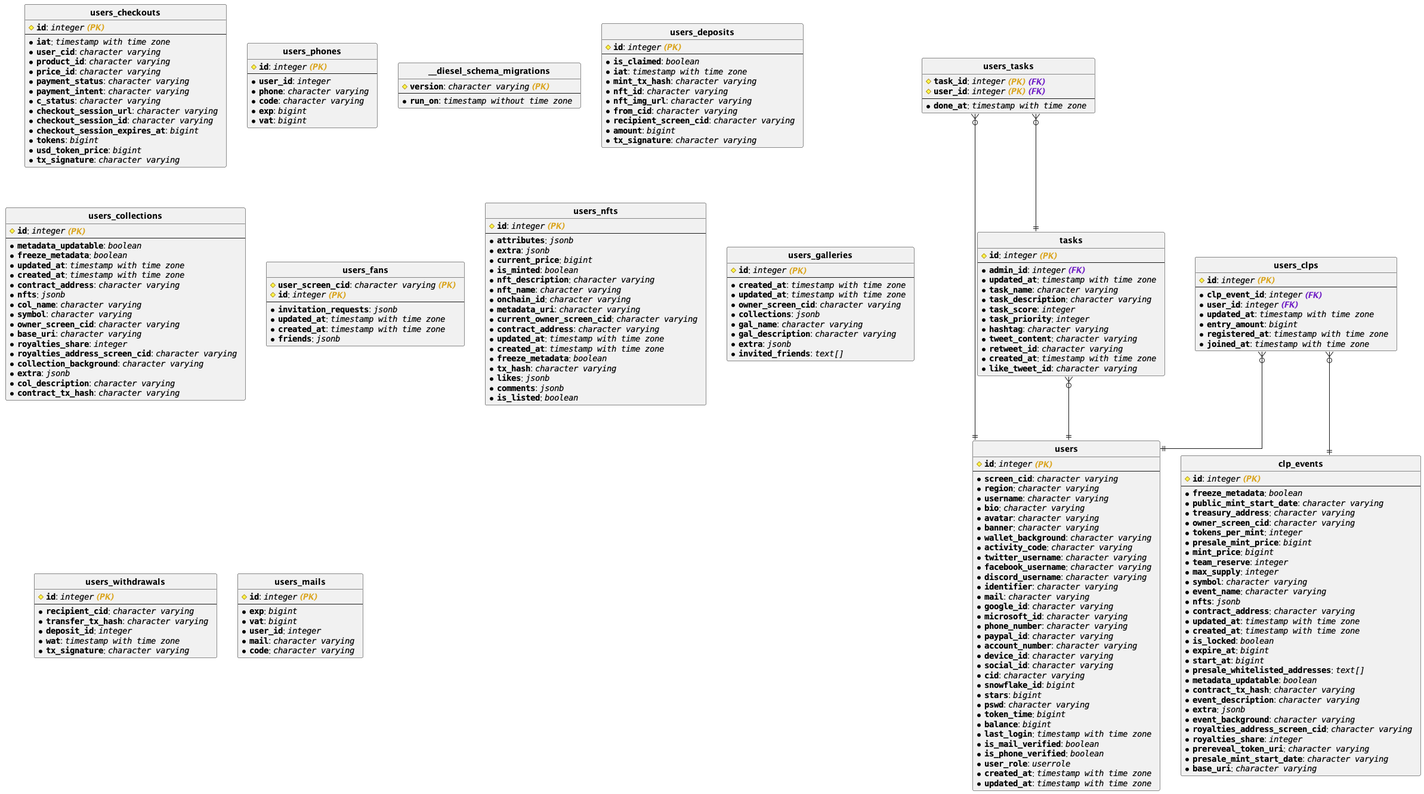
wildonion/gem keeps this PlantUML diagram as infra/panel.png. Above is the earlier version.
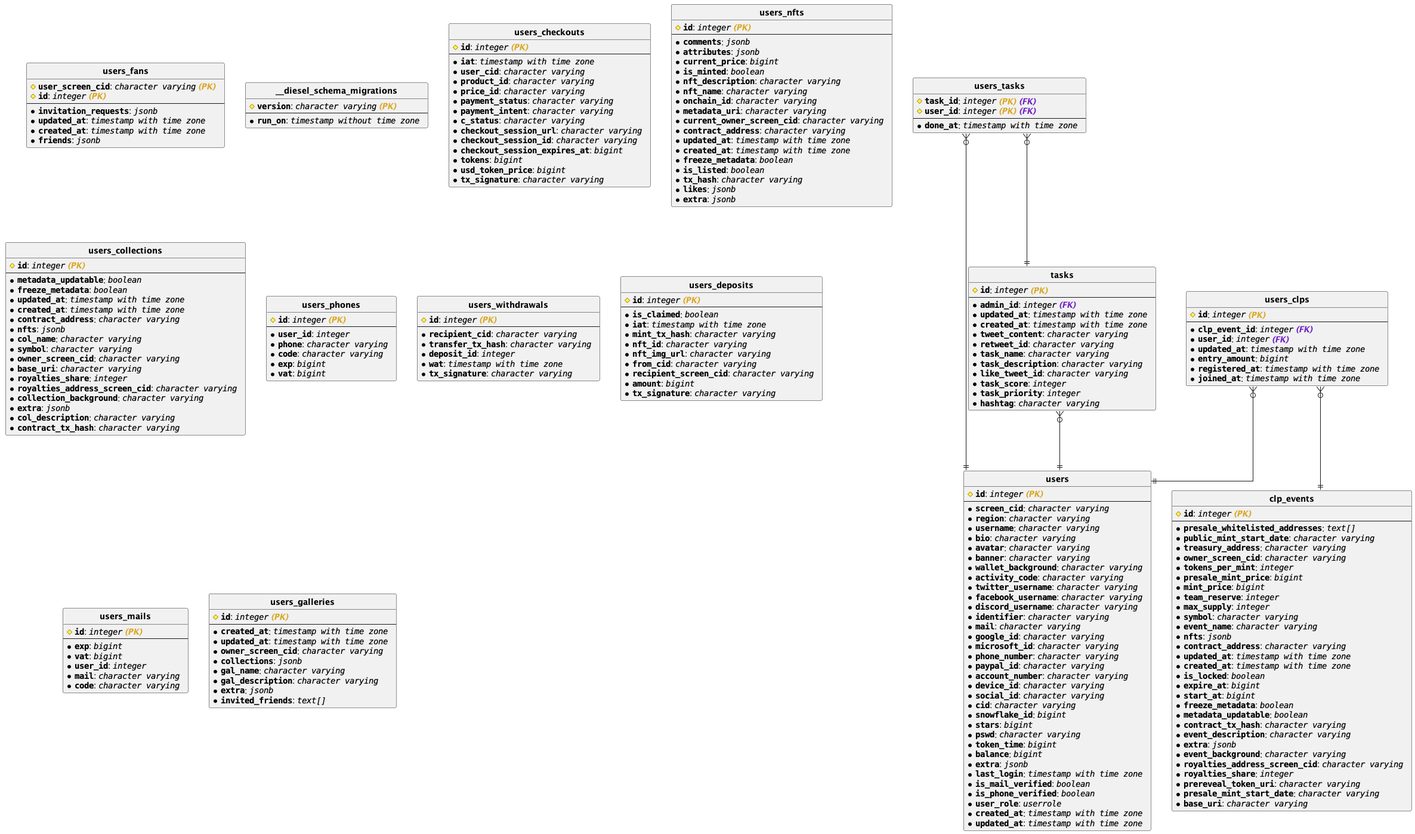
After the change.

Change to the diagram source:
```diff
@@ -2,6 +2,22 @@
 
 hide circle
 skinparam linetype ortho
+
+entity "**users_fans**" {
+# <b>""user_screen_cid""</b>: //""character varying"" <b><color:goldenrod>(PK) </color></b> //
+# <b>""id""</b>: //""integer"" <b><color:goldenrod>(PK) </color></b> //
+---
+* <b>""invitation_requests""</b>: //""jsonb""  //
+* <b>""updated_at""</b>: //""timestamp with time zone""  //
+* <b>""created_at""</b>: //""timestamp with time zone""  //
+* <b>""friends""</b>: //""jsonb""  //
+}
+
+entity "**__diesel_schema_migrations**" {
+# <b>""version""</b>: //""character varying"" <b><color:goldenrod>(PK) </color></b> //
+---
+* <b>""run_on""</b>: //""timestamp without time zone""  //
+}
 
 entity "**users_checkouts**" {
 # <b>""id""</b>: //""integer"" <b><color:goldenrod>(PK) </color></b> //
@@ -19,16 +35,6 @@
 * <b>""tokens""</b>: //""bigint""  //
 * <b>""usd_token_price""</b>: //""bigint""  //
 * <b>""tx_signature""</b>: //""character varying""  //
-}
-
-entity "**users_phones**" {
-# <b>""id""</b>: //""integer"" <b><color:goldenrod>(PK) </color></b> //
----
-* <b>""user_id""</b>: //""integer""  //
-* <b>""phone""</b>: //""character varying""  //
-* <b>""code""</b>: //""character varying""  //
-* <b>""exp""</b>: //""bigint""  //
-* <b>""vat""</b>: //""bigint""  //
 }
 
 entity "**users**" {
@@ -60,6 +66,7 @@
 * <b>""pswd""</b>: //""character varying""  //
 * <b>""token_time""</b>: //""bigint""  //
 * <b>""balance""</b>: //""bigint""  //
+* <b>""extra""</b>: //""jsonb""  //
 * <b>""last_login""</b>: //""timestamp with time zone""  //
 * <b>""is_mail_verified""</b>: //""boolean""  //
 * <b>""is_phone_verified""</b>: //""boolean""  //
@@ -68,35 +75,49 @@
 * <b>""updated_at""</b>: //""timestamp with time zone""  //
 }
 
-entity "**__diesel_schema_migrations**" {
-# <b>""version""</b>: //""character varying"" <b><color:goldenrod>(PK) </color></b> //
+entity "**tasks**" {
+# <b>""id""</b>: //""integer"" <b><color:goldenrod>(PK) </color></b> //
 ---
-* <b>""run_on""</b>: //""timestamp without time zone""  //
+* <b>""admin_id""</b>: //""integer"" <b><color:701fc6>(FK) </color></b> //
+* <b>""updated_at""</b>: //""timestamp with time zone""  //
+* <b>""created_at""</b>: //""timestamp with time zone""  //
+* <b>""tweet_content""</b>: //""character varying""  //
+* <b>""retweet_id""</b>: //""character varying""  //
+* <b>""task_name""</b>: //""character varying""  //
+* <b>""task_description""</b>: //""character varying""  //
+* <b>""like_tweet_id""</b>: //""character varying""  //
+* <b>""task_score""</b>: //""integer""  //
+* <b>""task_priority""</b>: //""integer""  //
+* <b>""hashtag""</b>: //""character varying""  //
 }
 
-entity "**users_deposits**" {
+entity "**users_nfts**" {
 # <b>""id""</b>: //""integer"" <b><color:goldenrod>(PK) </color></b> //
 ---
-* <b>""is_claimed""</b>: //""boolean""  //
-* <b>""iat""</b>: //""timestamp with time zone""  //
-* <b>""mint_tx_hash""</b>: //""character varying""  //
-* <b>""nft_id""</b>: //""character varying""  //
-* <b>""nft_img_url""</b>: //""character varying""  //
-* <b>""from_cid""</b>: //""character varying""  //
-* <b>""recipient_screen_cid""</b>: //""character varying""  //
-* <b>""amount""</b>: //""bigint""  //
-* <b>""tx_signature""</b>: //""character varying""  //
+* <b>""comments""</b>: //""jsonb""  //
+* <b>""attributes""</b>: //""jsonb""  //
+* <b>""current_price""</b>: //""bigint""  //
+* <b>""is_minted""</b>: //""boolean""  //
+* <b>""nft_description""</b>: //""character varying""  //
+* <b>""nft_name""</b>: //""character varying""  //
+* <b>""onchain_id""</b>: //""character varying""  //
+* <b>""metadata_uri""</b>: //""character varying""  //
+* <b>""current_owner_screen_cid""</b>: //""character varying""  //
+* <b>""contract_address""</b>: //""character varying""  //
+* <b>""updated_at""</b>: //""timestamp with time zone""  //
+* <b>""created_at""</b>: //""timestamp with time zone""  //
+* <b>""freeze_metadata""</b>: //""boolean""  //
+* <b>""is_listed""</b>: //""boolean""  //
+* <b>""tx_hash""</b>: //""character varying""  //
+* <b>""likes""</b>: //""jsonb""  //
+* <b>""extra""</b>: //""jsonb""  //
 }
 
-entity "**users_clps**" {
-# <b>""id""</b>: //""integer"" <b><color:goldenrod>(PK) </color></b> //
+entity "**users_tasks**" {
+# <b>""task_id""</b>: //""integer"" <b><color:goldenrod>(PK) </color></b><b><color:701fc6>(FK) </color></b> //
+# <b>""user_id""</b>: //""integer"" <b><color:goldenrod>(PK) </color></b><b><color:701fc6>(FK) </color></b> //
 ---
-* <b>""clp_event_id""</b>: //""integer"" <b><color:701fc6>(FK) </color></b> //
-* <b>""user_id""</b>: //""integer"" <b><color:701fc6>(FK) </color></b> //
-* <b>""updated_at""</b>: //""timestamp with time zone""  //
-* <b>""entry_amount""</b>: //""bigint""  //
-* <b>""registered_at""</b>: //""timestamp with time zone""  //
-* <b>""joined_at""</b>: //""timestamp with time zone""  //
+* <b>""done_at""</b>: //""timestamp with time zone""  //
 }
 
 entity "**users_collections**" {
@@ -120,10 +141,55 @@
 * <b>""contract_tx_hash""</b>: //""character varying""  //
 }
 
+entity "**users_phones**" {
+# <b>""id""</b>: //""integer"" <b><color:goldenrod>(PK) </color></b> //
+---
+* <b>""user_id""</b>: //""integer""  //
+* <b>""phone""</b>: //""character varying""  //
+* <b>""code""</b>: //""character varying""  //
+* <b>""exp""</b>: //""bigint""  //
+* <b>""vat""</b>: //""bigint""  //
+}
+
+entity "**users_clps**" {
+# <b>""id""</b>: //""integer"" <b><color:goldenrod>(PK) </color></b> //
+---
+* <b>""clp_event_id""</b>: //""integer"" <b><color:701fc6>(FK) </color></b> //
+* <b>""user_id""</b>: //""integer"" <b><color:701fc6>(FK) </color></b> //
+* <b>""updated_at""</b>: //""timestamp with time zone""  //
+* <b>""entry_amount""</b>: //""bigint""  //
+* <b>""registered_at""</b>: //""timestamp with time zone""  //
+* <b>""joined_at""</b>: //""timestamp with time zone""  //
+}
+
+entity "**users_withdrawals**" {
+# <b>""id""</b>: //""integer"" <b><color:goldenrod>(PK) </color></b> //
+---
+* <b>""recipient_cid""</b>: //""character varying""  //
+* <b>""transfer_tx_hash""</b>: //""character varying""  //
+* <b>""deposit_id""</b>: //""integer""  //
+* <b>""wat""</b>: //""timestamp with time zone""  //
+* <b>""tx_signature""</b>: //""character varying""  //
+}
+
+entity "**users_deposits**" {
+# <b>""id""</b>: //""integer"" <b><color:goldenrod>(PK) </color></b> //
+---
+* <b>""is_claimed""</b>: //""boolean""  //
+* <b>""iat""</b>: //""timestamp with time zone""  //
+* <b>""mint_tx_hash""</b>: //""character varying""  //
+* <b>""nft_id""</b>: //""character varying""  //
+* <b>""nft_img_url""</b>: //""character varying""  //
+* <b>""from_cid""</b>: //""character varying""  //
+* <b>""recipient_screen_cid""</b>: //""character varying""  //
+* <b>""amount""</b>: //""bigint""  //
+* <b>""tx_signature""</b>: //""character varying""  //
+}
+
 entity "**clp_events**" {
 # <b>""id""</b>: //""integer"" <b><color:goldenrod>(PK) </color></b> //
 ---
-* <b>""freeze_metadata""</b>: //""boolean""  //
+* <b>""presale_whitelisted_addresses""</b>: //""text[]""  //
 * <b>""public_mint_start_date""</b>: //""character varying""  //
 * <b>""treasury_address""</b>: //""character varying""  //
 * <b>""owner_screen_cid""</b>: //""character varying""  //
@@ -141,7 +207,7 @@
 * <b>""is_locked""</b>: //""boolean""  //
 * <b>""expire_at""</b>: //""bigint""  //
 * <b>""start_at""</b>: //""bigint""  //
-* <b>""presale_whitelisted_addresses""</b>: //""text[]""  //
+* <b>""freeze_metadata""</b>: //""boolean""  //
 * <b>""metadata_updatable""</b>: //""boolean""  //
 * <b>""contract_tx_hash""</b>: //""character varying""  //
 * <b>""event_description""</b>: //""character varying""  //
@@ -154,52 +220,14 @@
 * <b>""base_uri""</b>: //""character varying""  //
 }
 
-entity "**users_fans**" {
-# <b>""user_screen_cid""</b>: //""character varying"" <b><color:goldenrod>(PK) </color></b> //
+entity "**users_mails**" {
 # <b>""id""</b>: //""integer"" <b><color:goldenrod>(PK) </color></b> //
 ---
-* <b>""invitation_requests""</b>: //""jsonb""  //
-* <b>""updated_at""</b>: //""timestamp with time zone""  //
-* <b>""created_at""</b>: //""timestamp with time zone""  //
-* <b>""friends""</b>: //""jsonb""  //
-}
-
-entity "**users_nfts**" {
-# <b>""id""</b>: //""integer"" <b><color:goldenrod>(PK) </color></b> //
----
-* <b>""attributes""</b>: //""jsonb""  //
-* <b>""extra""</b>: //""jsonb""  //
-* <b>""current_price""</b>: //""bigint""  //
-* <b>""is_minted""</b>: //""boolean""  //
-* <b>""nft_description""</b>: //""character varying""  //
-* <b>""nft_name""</b>: //""character varying""  //
-* <b>""onchain_id""</b>: //""character varying""  //
-* <b>""metadata_uri""</b>: //""character varying""  //
-* <b>""current_owner_screen_cid""</b>: //""character varying""  //
-* <b>""contract_address""</b>: //""character varying""  //
-* <b>""updated_at""</b>: //""timestamp with time zone""  //
-* <b>""created_at""</b>: //""timestamp with time zone""  //
-* <b>""freeze_metadata""</b>: //""boolean""  //
-* <b>""tx_hash""</b>: //""character varying""  //
-* <b>""likes""</b>: //""jsonb""  //
-* <b>""comments""</b>: //""jsonb""  //
-* <b>""is_listed""</b>: //""boolean""  //
-}
-
-entity "**tasks**" {
-# <b>""id""</b>: //""integer"" <b><color:goldenrod>(PK) </color></b> //
----
-* <b>""admin_id""</b>: //""integer"" <b><color:701fc6>(FK) </color></b> //
-* <b>""updated_at""</b>: //""timestamp with time zone""  //
-* <b>""task_name""</b>: //""character varying""  //
-* <b>""task_description""</b>: //""character varying""  //
-* <b>""task_score""</b>: //""integer""  //
-* <b>""task_priority""</b>: //""integer""  //
-* <b>""hashtag""</b>: //""character varying""  //
-* <b>""tweet_content""</b>: //""character varying""  //
-* <b>""retweet_id""</b>: //""character varying""  //
-* <b>""created_at""</b>: //""timestamp with time zone""  //
-* <b>""like_tweet_id""</b>: //""character varying""  //
+* <b>""exp""</b>: //""bigint""  //
+* <b>""vat""</b>: //""bigint""  //
+* <b>""user_id""</b>: //""integer""  //
+* <b>""mail""</b>: //""character varying""  //
+* <b>""code""</b>: //""character varying""  //
 }
 
 entity "**users_galleries**" {
@@ -215,43 +243,16 @@
 * <b>""invited_friends""</b>: //""text[]""  //
 }
 
-entity "**users_withdrawals**" {
-# <b>""id""</b>: //""integer"" <b><color:goldenrod>(PK) </color></b> //
----
-* <b>""recipient_cid""</b>: //""character varying""  //
-* <b>""transfer_tx_hash""</b>: //""character varying""  //
-* <b>""deposit_id""</b>: //""integer""  //
-* <b>""wat""</b>: //""timestamp with time zone""  //
-* <b>""tx_signature""</b>: //""character varying""  //
-}
 
-entity "**users_tasks**" {
-# <b>""task_id""</b>: //""integer"" <b><color:goldenrod>(PK) </color></b><b><color:701fc6>(FK) </color></b> //
-# <b>""user_id""</b>: //""integer"" <b><color:goldenrod>(PK) </color></b><b><color:701fc6>(FK) </color></b> //
----
-* <b>""done_at""</b>: //""timestamp with time zone""  //
-}
+"**tasks**" }o--|| "**users**"
 
-entity "**users_mails**" {
-# <b>""id""</b>: //""integer"" <b><color:goldenrod>(PK) </color></b> //
----
-* <b>""exp""</b>: //""bigint""  //
-* <b>""vat""</b>: //""bigint""  //
-* <b>""user_id""</b>: //""integer""  //
-* <b>""mail""</b>: //""character varying""  //
-* <b>""code""</b>: //""character varying""  //
-}
+"**users_tasks**" }o--|| "**tasks**"
 
+"**users_tasks**" }o--|| "**users**"
 
 "**users_clps**" }o--|| "**users**"
 
 "**users_clps**" }o--|| "**clp_events**"
 
-"**tasks**" }o--|| "**users**"
-
-"**users_tasks**" }o--|| "**users**"
-
-"**users_tasks**" }o--|| "**tasks**"
-
 
 @enduml
```
